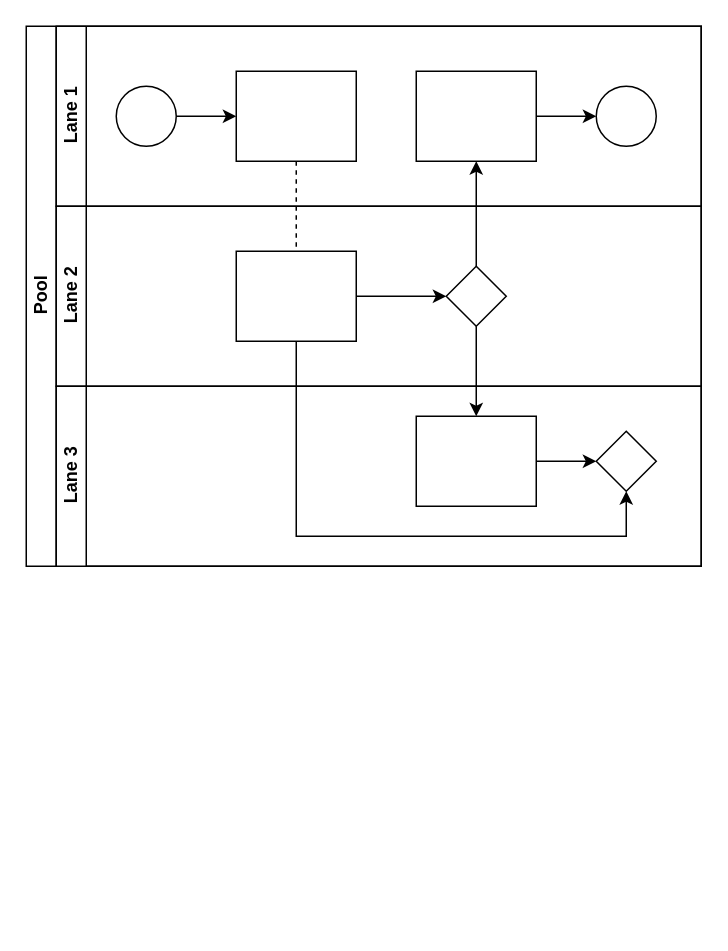
Above: swimlane_clinictemplate1.drawio in shanemuk/waiting-lists (draw.io), before the change. Source tidied: cells renumbered, new cells numbered last; positions are measured from the earlier drawing's top-left corner, leaving out a move shared by most shapes. Both pictures are drawn from the tidied source at 150%, with x=0, y=0 at pixel (26, 26).
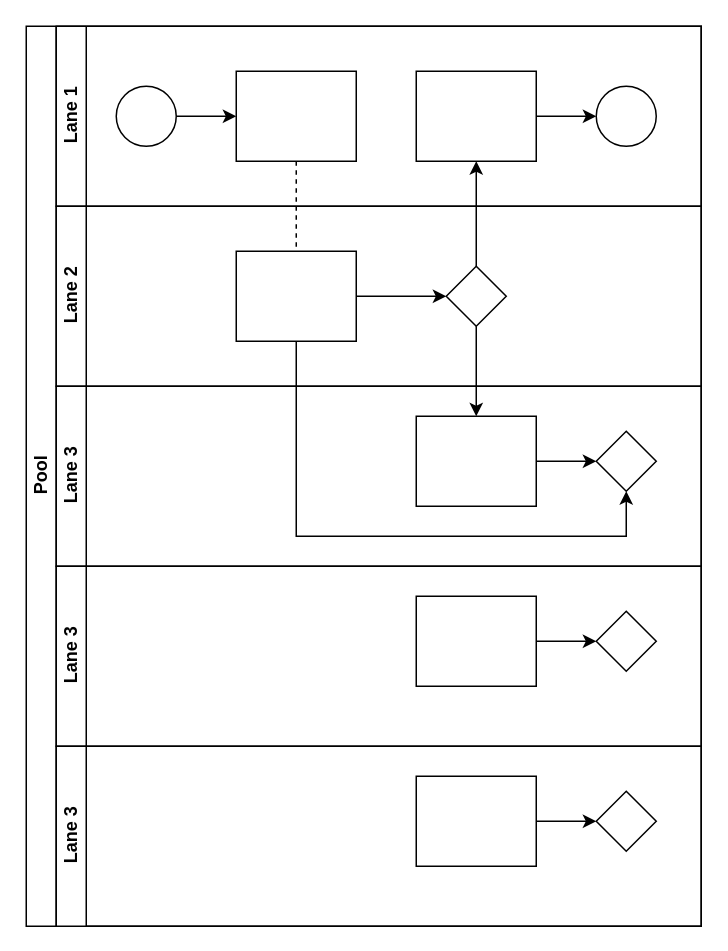
After the change.

Diff of the diagram source:
```diff
@@
-    <mxCell id="2" value="Pool" style="swimlane;html=1;horizontal=0;startSize=20;" parent="1" vertex="1">
-      <mxGeometry width="450" height="360" as="geometry" />
+    <mxCell id="2" value="Pool" style="swimlane;html=1;horizontal=0;startSize=20;fillColor=default;strokeColor=default;fontColor=default;" parent="1" vertex="1">
+      <mxGeometry width="450" height="600" as="geometry" />
     </mxCell>
@@
+    <mxCell id="22" value="Lane 3" style="swimlane;html=1;startSize=20;horizontal=0;fillColor=default;strokeColor=default;fontColor=default;" parent="2" vertex="1">
+      <mxGeometry x="20" y="360" width="430" height="120" as="geometry" />
+    </mxCell>
+    <mxCell id="23" style="edgeStyle=orthogonalEdgeStyle;rounded=0;jettySize=auto;html=1;endArrow=classic;endFill=1;" parent="22" edge="1" source="24" target="25">
+      <mxGeometry relative="1" as="geometry" />
+    </mxCell>
+    <mxCell id="24" style="rounded=0;whiteSpace=wrap;html=1;fontFamily=Helvetica;fontSize=12;fontColor=#000000;align=center;" parent="22" vertex="1">
+      <mxGeometry x="240" y="20" width="80" height="60" as="geometry" />
+    </mxCell>
+    <mxCell id="25" style="rhombus;whiteSpace=wrap;html=1;fontFamily=Helvetica;fontSize=12;fontColor=#000000;align=center;" parent="22" vertex="1">
+      <mxGeometry x="360" y="30" width="40" height="40" as="geometry" />
+    </mxCell>
+    <mxCell id="26" value="Lane 3" style="swimlane;html=1;startSize=20;horizontal=0;" parent="2" vertex="1">
+      <mxGeometry x="20" y="480" width="430" height="120" as="geometry" />
+    </mxCell>
+    <mxCell id="27" style="edgeStyle=orthogonalEdgeStyle;rounded=0;jettySize=auto;html=1;endArrow=classic;endFill=1;" parent="26" edge="1" source="28" target="29">
+      <mxGeometry relative="1" as="geometry" />
+    </mxCell>
+    <mxCell id="28" style="rounded=0;whiteSpace=wrap;html=1;fontFamily=Helvetica;fontSize=12;fontColor=#000000;align=center;" parent="26" vertex="1">
+      <mxGeometry x="240" y="20" width="80" height="60" as="geometry" />
+    </mxCell>
+    <mxCell id="29" style="rhombus;whiteSpace=wrap;html=1;fontFamily=Helvetica;fontSize=12;fontColor=#000000;align=center;" parent="26" vertex="1">
+      <mxGeometry x="360" y="30" width="40" height="40" as="geometry" />
+    </mxCell>
```
